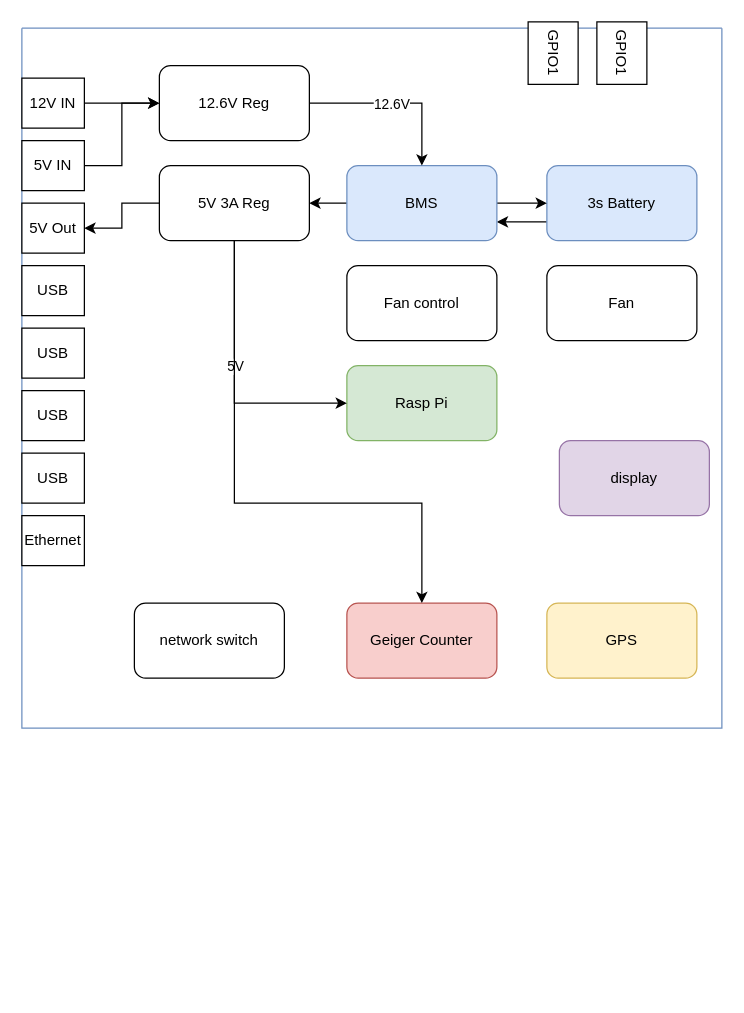
Above: BID.drawio in spacecadet85/CyberDeck--OmniDevice (draw.io), before the change. Source tidied: cells renumbered, new cells numbered last; positions are measured from the earlier drawing's top-left corner, leaving out a move shared by most shapes. Both pictures are drawn from the tidied source at 125%, with x=0, y=0 at pixel (21, 28).
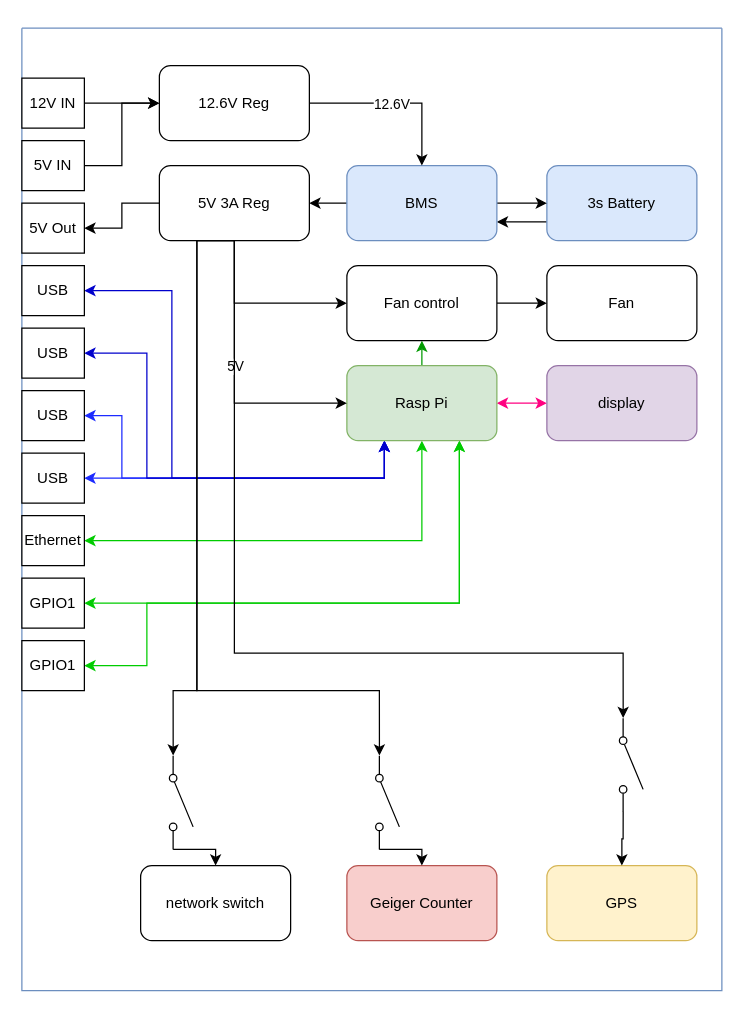
The same diagram, later.

The change refers to these unchanged cells:
```xml
<mxCell id="5" value="Rasp Pi" style="rounded=1;whiteSpace=wrap;html=1;fillColor=#d5e8d4;strokeColor=#82b366;" parent="2" vertex="1">
  <mxGeometry x="260" y="270" width="120" height="60" as="geometry" />
</mxCell>
<mxCell id="17" value="5V IN" style="rounded=0;whiteSpace=wrap;html=1;" parent="2" vertex="1">
  <mxGeometry y="90" width="50" height="40" as="geometry" />
</mxCell>
<mxCell id="18" value="USB" style="rounded=0;whiteSpace=wrap;html=1;" parent="2" vertex="1">
  <mxGeometry y="290" width="50" height="40" as="geometry" />
</mxCell>
<mxCell id="19" value="USB" style="rounded=0;whiteSpace=wrap;html=1;" parent="2" vertex="1">
  <mxGeometry y="340" width="50" height="40" as="geometry" />
</mxCell>
<mxCell id="20" value="USB" style="rounded=0;whiteSpace=wrap;html=1;" parent="2" vertex="1">
  <mxGeometry y="240" width="50" height="40" as="geometry" />
</mxCell>
<mxCell id="23" value="12.6V Reg" style="rounded=1;whiteSpace=wrap;html=1;" parent="2" vertex="1">
  <mxGeometry x="110" y="30" width="120" height="60" as="geometry" />
</mxCell>
<mxCell id="28" value="5V 3A Reg" style="rounded=1;whiteSpace=wrap;html=1;" parent="2" vertex="1">
  <mxGeometry x="110" y="110" width="120" height="60" as="geometry" />
</mxCell>
<mxCell id="29" value="USB" style="rounded=0;whiteSpace=wrap;html=1;" parent="2" vertex="1">
  <mxGeometry y="190" width="50" height="40" as="geometry" />
</mxCell>
<mxCell id="30" value="Ethernet" style="rounded=0;whiteSpace=wrap;html=1;" parent="2" vertex="1">
  <mxGeometry y="390" width="50" height="40" as="geometry" />
</mxCell>
<mxCell id="32" value="Fan" style="rounded=1;whiteSpace=wrap;html=1;" parent="2" vertex="1">
  <mxGeometry x="420" y="190" width="120" height="60" as="geometry" />
</mxCell>
<mxCell id="33" value="Fan control" style="rounded=1;whiteSpace=wrap;html=1;" parent="2" vertex="1">
  <mxGeometry x="260" y="190" width="120" height="60" as="geometry" />
</mxCell>
```

Diff of the diagram source:
```diff
@@
     <mxCell id="2" style="swimlane;startSize=0;fillColor=#dae8fc;strokeColor=#6c8ebf;" parent="1" vertex="1">
-      <mxGeometry width="560" height="560" as="geometry" />
+      <mxGeometry width="560" height="770" as="geometry" />
     </mxCell>
@@
+    <mxCell id="35" style="edgeStyle=orthogonalEdgeStyle;rounded=0;jettySize=auto;html=1;exitX=0.25;exitY=1;exitDx=0;exitDy=0;entryX=1;entryY=0.5;entryDx=0;entryDy=0;strokeColor=#1C2BFF;startArrow=classic;startFill=1;" parent="2" edge="1" source="5" target="19">
+      <mxGeometry relative="1" as="geometry" />
+    </mxCell>
+    <mxCell id="36" style="edgeStyle=orthogonalEdgeStyle;rounded=0;jettySize=auto;html=1;exitX=0.25;exitY=1;exitDx=0;exitDy=0;entryX=1;entryY=0.5;entryDx=0;entryDy=0;strokeColor=#1C2BFF;startArrow=classic;startFill=1;" parent="2" edge="1" source="5" target="18">
+      <mxGeometry relative="1" as="geometry">
+        <Array as="points">
+          <mxPoint x="290" y="360" />
+          <mxPoint x="80" y="360" />
+          <mxPoint x="80" y="310" />
+        </Array>
+      </mxGeometry>
+    </mxCell>
+    <mxCell id="37" style="edgeStyle=orthogonalEdgeStyle;rounded=0;jettySize=auto;html=1;exitX=0.5;exitY=0;exitDx=0;exitDy=0;entryX=0.5;entryY=1;entryDx=0;entryDy=0;strokeColor=#009900;" parent="2" edge="1" source="5" target="33">
+      <mxGeometry relative="1" as="geometry" />
+    </mxCell>
+    <mxCell id="38" style="edgeStyle=orthogonalEdgeStyle;rounded=0;jettySize=auto;html=1;exitX=0.25;exitY=1;exitDx=0;exitDy=0;startArrow=classic;startFill=1;strokeColor=#0000CC;" parent="2" edge="1" source="5" target="20">
+      <mxGeometry relative="1" as="geometry">
+        <Array as="points">
+          <mxPoint x="290" y="360" />
+          <mxPoint x="100" y="360" />
+          <mxPoint x="100" y="260" />
+        </Array>
+      </mxGeometry>
+    </mxCell>
+    <mxCell id="39" style="edgeStyle=orthogonalEdgeStyle;rounded=0;jettySize=auto;html=1;exitX=0.25;exitY=1;exitDx=0;exitDy=0;entryX=1;entryY=0.5;entryDx=0;entryDy=0;startArrow=classic;startFill=1;strokeColor=#0000CC;" parent="2" edge="1" source="5" target="29">
+      <mxGeometry relative="1" as="geometry">
+        <Array as="points">
+          <mxPoint x="290" y="360" />
+          <mxPoint x="120" y="360" />
+          <mxPoint x="120" y="210" />
+        </Array>
+      </mxGeometry>
+    </mxCell>
+    <mxCell id="40" style="edgeStyle=orthogonalEdgeStyle;rounded=0;jettySize=auto;html=1;exitX=0.5;exitY=1;exitDx=0;exitDy=0;entryX=1;entryY=0.5;entryDx=0;entryDy=0;startArrow=classic;startFill=1;strokeColor=#00CC00;" parent="2" edge="1" source="5" target="30">
+      <mxGeometry relative="1" as="geometry" />
+    </mxCell>
+    <mxCell id="41" style="edgeStyle=orthogonalEdgeStyle;rounded=0;jettySize=auto;html=1;exitX=0.75;exitY=1;exitDx=0;exitDy=0;entryX=1;entryY=0.5;entryDx=0;entryDy=0;startArrow=classic;startFill=1;strokeColor=#00CC00;" parent="2" edge="1" source="5" target="15">
+      <mxGeometry relative="1" as="geometry" />
+    </mxCell>
+    <mxCell id="42" style="edgeStyle=orthogonalEdgeStyle;rounded=0;jettySize=auto;html=1;exitX=0.75;exitY=1;exitDx=0;exitDy=0;entryX=1;entryY=0.5;entryDx=0;entryDy=0;startArrow=classic;startFill=1;strokeColor=#00CC00;" parent="2" edge="1" source="5" target="16">
+      <mxGeometry relative="1" as="geometry">
+        <Array as="points">
+          <mxPoint x="350" y="460" />
+          <mxPoint x="100" y="460" />
+          <mxPoint x="100" y="510" />
+        </Array>
+      </mxGeometry>
+    </mxCell>
+    <mxCell id="43" style="edgeStyle=orthogonalEdgeStyle;rounded=0;jettySize=auto;html=1;exitX=1;exitY=0.5;exitDx=0;exitDy=0;entryX=0;entryY=0.5;entryDx=0;entryDy=0;startArrow=classic;startFill=1;strokeColor=#FF0080;" parent="2" edge="1" source="5" target="8">
+      <mxGeometry relative="1" as="geometry" />
+    </mxCell>
@@
     <mxCell id="6" value="Geiger Counter" style="rounded=1;whiteSpace=wrap;html=1;fillColor=#f8cecc;strokeColor=#b85450;" parent="2" vertex="1">
-      <mxGeometry x="260" y="460" width="120" height="60" as="geometry" />
+      <mxGeometry x="260" y="670" width="120" height="60" as="geometry" />
     </mxCell>
     <mxCell id="7" value="GPS" style="rounded=1;whiteSpace=wrap;html=1;fillColor=#fff2cc;strokeColor=#d6b656;" parent="2" vertex="1">
-      <mxGeometry x="420" y="460" width="120" height="60" as="geometry" />
+      <mxGeometry x="420" y="670" width="120" height="60" as="geometry" />
     </mxCell>
     <mxCell id="8" value="display" style="rounded=1;whiteSpace=wrap;html=1;fillColor=#e1d5e7;strokeColor=#9673a6;" parent="2" vertex="1">
-      <mxGeometry x="430" y="330" width="120" height="60" as="geometry" />
+      <mxGeometry x="420" y="270" width="120" height="60" as="geometry" />
     </mxCell>
@@
-    <mxCell id="15" value="GPIO1" style="rounded=0;whiteSpace=wrap;html=1;rotation=90;" parent="2" vertex="1">
-      <mxGeometry x="400" width="50" height="40" as="geometry" />
+    <mxCell id="15" value="GPIO1" style="rounded=0;whiteSpace=wrap;html=1;rotation=0;" parent="2" vertex="1">
+      <mxGeometry y="440" width="50" height="40" as="geometry" />
     </mxCell>
-    <mxCell id="16" value="GPIO1" style="rounded=0;whiteSpace=wrap;html=1;rotation=90;" parent="2" vertex="1">
-      <mxGeometry x="455" width="50" height="40" as="geometry" />
+    <mxCell id="16" value="GPIO1" style="rounded=0;whiteSpace=wrap;html=1;rotation=0;" parent="2" vertex="1">
+      <mxGeometry y="490" width="50" height="40" as="geometry" />
     </mxCell>
+    <mxCell id="44" style="edgeStyle=orthogonalEdgeStyle;rounded=0;jettySize=auto;html=1;exitX=1;exitY=0.5;exitDx=0;exitDy=0;entryX=0;entryY=0.5;entryDx=0;entryDy=0;startArrow=none;startFill=0;" parent="2" edge="1" source="17" target="23">
+      <mxGeometry relative="1" as="geometry" />
+    </mxCell>
@@
-    <mxCell id="27" style="edgeStyle=orthogonalEdgeStyle;rounded=0;jettySize=auto;html=1;exitX=0.5;exitY=1;exitDx=0;exitDy=0;" parent="2" edge="1" source="28" target="6">
-      <mxGeometry relative="1" as="geometry">
-        <Array as="points">
-          <mxPoint x="170" y="380" />
-          <mxPoint x="320" y="380" />
-        </Array>
-      </mxGeometry>
-    </mxCell>
+    <mxCell id="45" style="edgeStyle=orthogonalEdgeStyle;rounded=0;jettySize=auto;html=1;exitX=0.5;exitY=1;exitDx=0;exitDy=0;entryX=0;entryY=0.84;entryDx=0;entryDy=0;entryPerimeter=0;" parent="2" edge="1" source="28" target="49">
+      <mxGeometry relative="1" as="geometry">
+        <Array as="points">
+          <mxPoint x="170" y="500" />
+          <mxPoint x="481" y="500" />
+        </Array>
+      </mxGeometry>
+    </mxCell>
+    <mxCell id="46" style="edgeStyle=orthogonalEdgeStyle;rounded=0;jettySize=auto;html=1;exitX=0.5;exitY=1;exitDx=0;exitDy=0;entryX=0;entryY=0.5;entryDx=0;entryDy=0;" parent="2" edge="1" source="28" target="33">
+      <mxGeometry relative="1" as="geometry" />
+    </mxCell>
@@
     <mxCell id="31" value="network switch" style="rounded=1;whiteSpace=wrap;html=1;" parent="2" vertex="1">
-      <mxGeometry x="90" y="460" width="120" height="60" as="geometry" />
+      <mxGeometry x="95" y="670" width="120" height="60" as="geometry" />
     </mxCell>
@@
+    <mxCell id="47" style="edgeStyle=orthogonalEdgeStyle;rounded=0;jettySize=auto;html=1;exitX=1;exitY=0.5;exitDx=0;exitDy=0;entryX=0;entryY=0.5;entryDx=0;entryDy=0;strokeColor=#000000;" parent="2" edge="1" source="33" target="32">
+      <mxGeometry relative="1" as="geometry" />
+    </mxCell>
@@
-    <mxCell id="34" style="edgeStyle=orthogonalEdgeStyle;rounded=0;jettySize=auto;html=1;exitX=1;exitY=0.5;exitDx=0;exitDy=0;" parent="1" edge="1" source="17">
-      <mxGeometry relative="1" as="geometry">
-        <mxPoint x="110" y="60" as="targetPoint" />
-        <Array as="points">
-          <mxPoint x="80" y="110" />
-          <mxPoint x="80" y="60" />
-        </Array>
-      </mxGeometry>
-    </mxCell>
+    <mxCell id="48" style="edgeStyle=orthogonalEdgeStyle;rounded=0;jettySize=auto;html=1;exitX=1;exitY=0.84;exitDx=0;exitDy=0;exitPerimeter=0;entryX=0.5;entryY=0;entryDx=0;entryDy=0;" parent="2" edge="1" source="49" target="7">
+      <mxGeometry relative="1" as="geometry" />
+    </mxCell>
+    <mxCell id="49" style="verticalLabelPosition=bottom;shadow=0;dashed=0;align=center;html=1;verticalAlign=top;shape=mxgraph.electrical.electro-mechanical.simple_switch;rotation=90;" parent="2" vertex="1">
+      <mxGeometry x="450" y="580" width="75" height="19" as="geometry" />
+    </mxCell>
+    <mxCell id="50" style="edgeStyle=orthogonalEdgeStyle;rounded=0;jettySize=auto;html=1;exitX=1;exitY=0.84;exitDx=0;exitDy=0;exitPerimeter=0;entryX=0.5;entryY=0;entryDx=0;entryDy=0;" parent="1" edge="1" source="51" target="6">
+      <mxGeometry relative="1" as="geometry" />
+    </mxCell>
+    <mxCell id="51" style="verticalLabelPosition=bottom;shadow=0;dashed=0;align=center;html=1;verticalAlign=top;shape=mxgraph.electrical.electro-mechanical.simple_switch;rotation=90;" parent="1" vertex="1">
+      <mxGeometry x="255" y="610" width="75" height="19" as="geometry" />
+    </mxCell>
+    <mxCell id="52" style="edgeStyle=orthogonalEdgeStyle;rounded=0;jettySize=auto;html=1;exitX=1;exitY=0.84;exitDx=0;exitDy=0;exitPerimeter=0;entryX=0.5;entryY=0;entryDx=0;entryDy=0;" parent="1" edge="1" source="53" target="31">
+      <mxGeometry relative="1" as="geometry" />
+    </mxCell>
+    <mxCell id="53" style="verticalLabelPosition=bottom;shadow=0;dashed=0;align=center;html=1;verticalAlign=top;shape=mxgraph.electrical.electro-mechanical.simple_switch;rotation=90;" parent="1" vertex="1">
+      <mxGeometry x="90" y="610" width="75" height="19" as="geometry" />
+    </mxCell>
+    <mxCell id="54" style="edgeStyle=orthogonalEdgeStyle;rounded=0;jettySize=auto;html=1;exitX=0.5;exitY=1;exitDx=0;exitDy=0;entryX=0;entryY=0.84;entryDx=0;entryDy=0;entryPerimeter=0;" parent="1" edge="1" source="28" target="53">
+      <mxGeometry relative="1" as="geometry">
+        <Array as="points">
+          <mxPoint x="140" y="530" />
+          <mxPoint x="121" y="530" />
+        </Array>
+      </mxGeometry>
+    </mxCell>
+    <mxCell id="55" style="edgeStyle=orthogonalEdgeStyle;rounded=0;jettySize=auto;html=1;exitX=0.5;exitY=1;exitDx=0;exitDy=0;entryX=0;entryY=0.84;entryDx=0;entryDy=0;entryPerimeter=0;" parent="1" edge="1" source="28" target="51">
+      <mxGeometry relative="1" as="geometry">
+        <Array as="points">
+          <mxPoint x="140" y="530" />
+          <mxPoint x="286" y="530" />
+        </Array>
+      </mxGeometry>
+    </mxCell>
```
